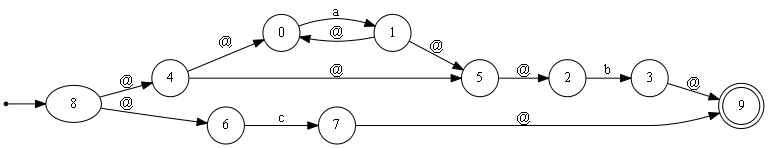
The Graphviz diagram View/Thompson.gv.png in FabianPalacios/Automatas, before a commit. Its source is kept beside it as View/Thompson.gv. The source it was exported from:
```dot
digraph Thompson {
	rankdir=LR size="8,5"
	ini [shape=point]
	ini -> 8
	node [shape=doublecircle]
	9
	node [shape=circle]
	0 -> 1 [label=a]
	2 -> 3 [label=b]
	4 -> 5 [label="@"]
	4 -> 0 [label="@"]
	1 -> 0 [label="@"]
	1 -> 5 [label="@"]
	5 -> 2 [label="@"]
	6 -> 7 [label=c]
	8 -> 6 [label="@"]
	8 -> 4 [label="@"]
	7 -> 9 [label="@"]
	3 -> 9 [label="@"]
}
```
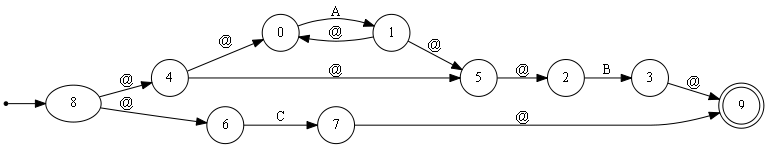
After the commit.

What changed in the source:
```diff
@@ -5,14 +5,14 @@
 	node [shape=doublecircle]
 	9
 	node [shape=circle]
-	0 -> 1 [label=a]
-	2 -> 3 [label=b]
+	0 -> 1 [label=A]
+	2 -> 3 [label=B]
 	4 -> 5 [label="@"]
 	4 -> 0 [label="@"]
 	1 -> 0 [label="@"]
 	1 -> 5 [label="@"]
 	5 -> 2 [label="@"]
-	6 -> 7 [label=c]
+	6 -> 7 [label=C]
 	8 -> 6 [label="@"]
 	8 -> 4 [label="@"]
 	7 -> 9 [label="@"]
```
